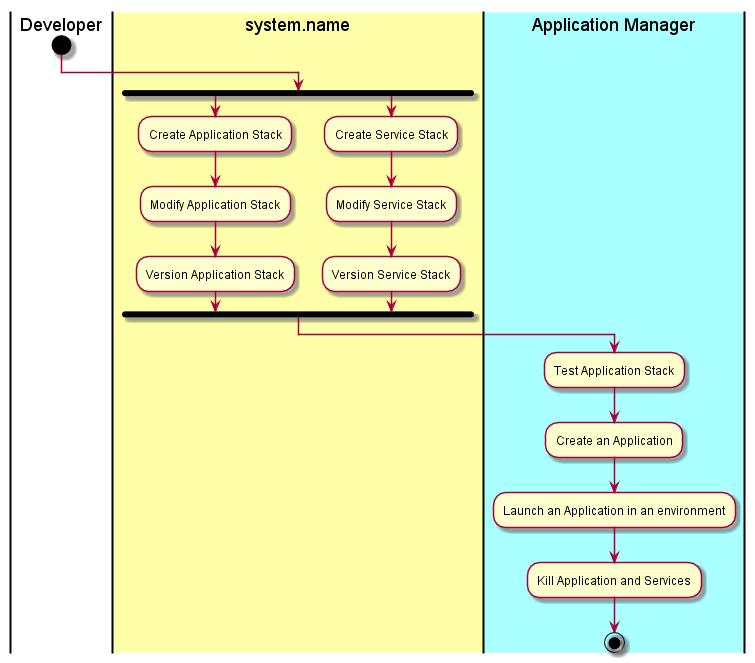
This is docs/Actors/Developer/Workflow.png from CAADE/fleet, a PlantUML export, as it was before one commit.
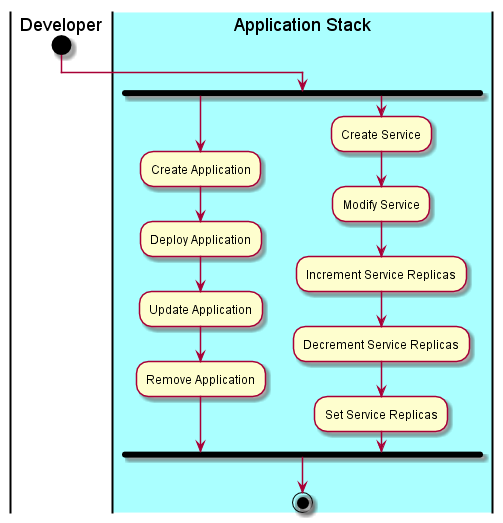
The same diagram one commit later.

Diff of the diagram source:
```diff
@@ -1,20 +1,18 @@
 @startuml
 |Developer|
 start
-|#ffffaa|system.name|
+|#aaffff|Application Stack|
 fork
-:Create Application Stack;
-:Modify Application Stack;
-:Version Application Stack;
+:Create Application;
+:Deploy Application;
+:Update Application;
+:Remove Application;
 fork again
-:Create Service Stack;
-:Modify Service Stack;
-:Version Service Stack;
+:Create Service;
+:Modify Service;
+:Increment Service Replicas;
+:Decrement Service Replicas;
+:Set Service Replicas;
 fork end
-|#aaffff|Application Manager|
-:Test Application Stack;
-:Create an Application;
-:Launch an Application in an environment;
-:Kill Application and Services;
 stop
 @enduml
```
